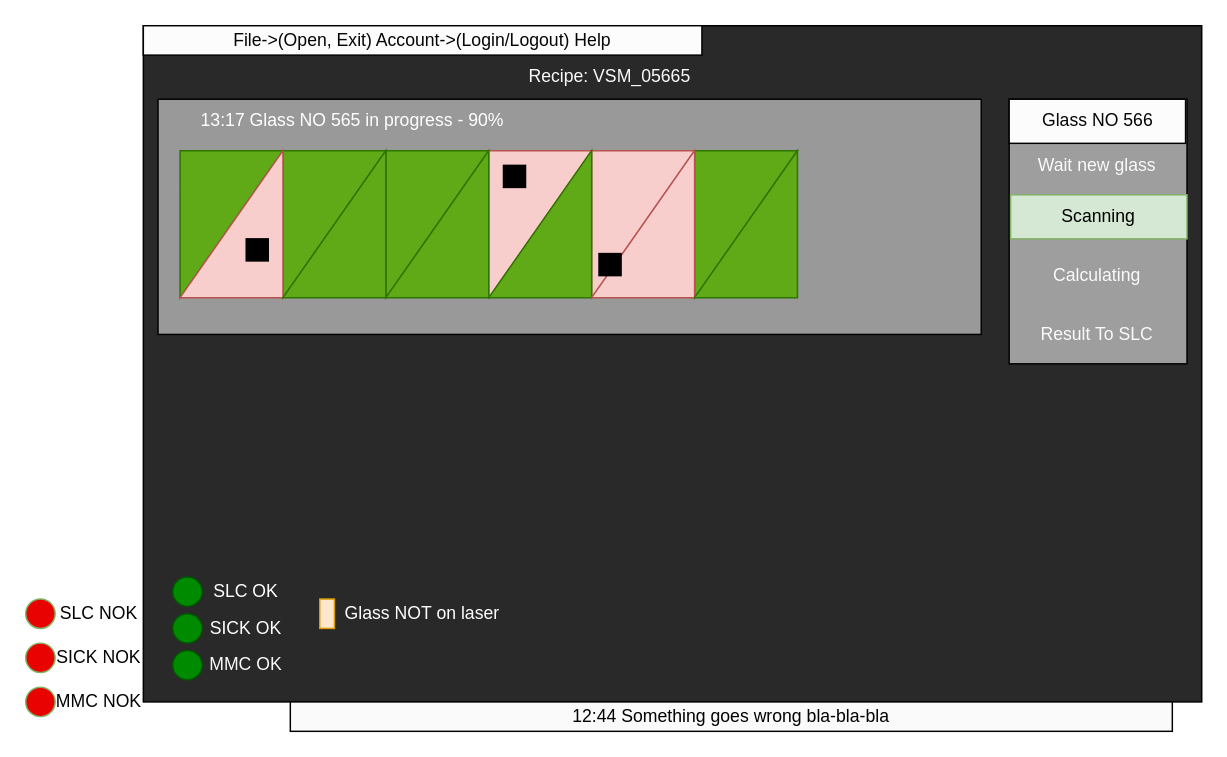
Earlier version of the draw.io diagram page "Main window" (3 of 5) of Inspection Platform Dataflow.drawio (megavad/Diagrams). Source tidied: cells renumbered, new cells numbered last; positions are measured from the earlier drawing's top-left corner, leaving out a move shared by most shapes. Both pictures are drawn from the tidied source at 147%, with x=0, y=0 at pixel (25, 25).
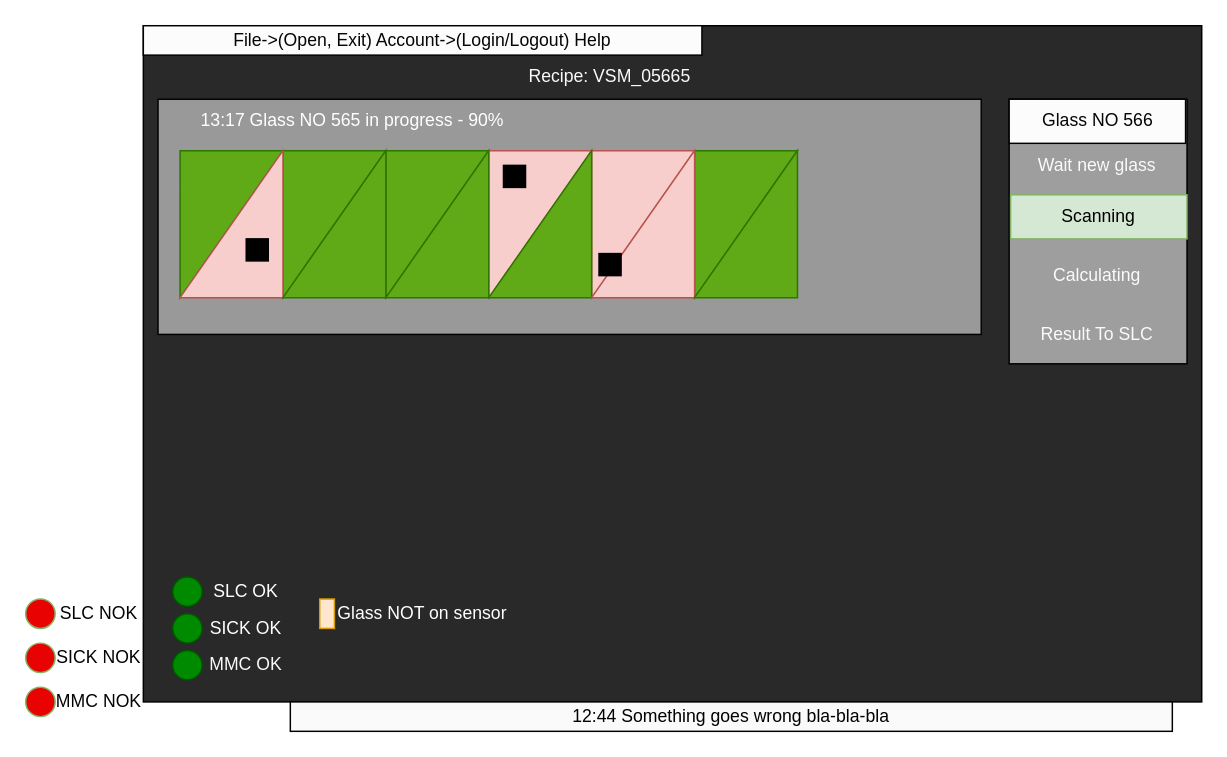
The same page after the edit.

What changed in the source:
```diff
@@
-    <mxCell id="26" value="Glass NOT on laser" style="text;html=1;strokeColor=none;fillColor=none;align=center;verticalAlign=middle;whiteSpace=wrap;rounded=0;fontColor=#FFFFFF;" parent="1" vertex="1">
+    <mxCell id="26" value="Glass NOT on sensor" style="text;html=1;strokeColor=none;fillColor=none;align=center;verticalAlign=middle;whiteSpace=wrap;rounded=0;fontColor=#FFFFFF;" parent="1" vertex="1">
       <mxGeometry x="210" y="385" width="120" height="30" as="geometry" />
     </mxCell>
```
